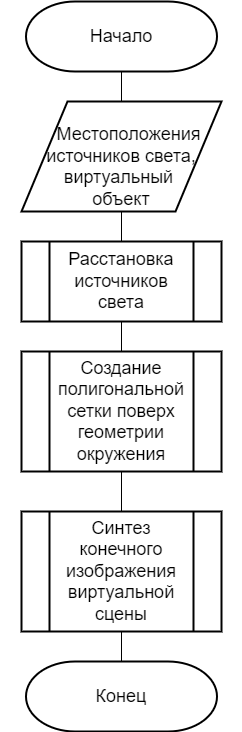
This is docs/diploma/presentation/imgs/ShadowDrawing.drawio.png from Yokud/bmstu_bachelors_diploma, a draw.io export, as it was before one commit. Source tidied: cells renumbered, new cells last; positions are measured from the earlier drawing's top-left corner, leaving out a move shared by most shapes.
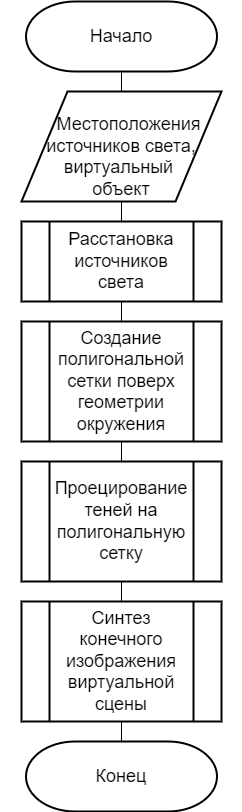
The same file after the commit.

Change to the diagram source:
```diff
@@ -9,31 +9,37 @@
       <mxGeometry width="240" height="70" as="geometry" />
     </mxCell>
     <mxCell id="4" value="Конец" style="strokeWidth=2;html=1;shape=(stored shape, 464 characters);whiteSpace=wrap;fontSize=18;" parent="1" vertex="1">
-      <mxGeometry y="660" width="240" height="70" as="geometry" />
+      <mxGeometry y="740" width="240" height="70" as="geometry" />
     </mxCell>
     <mxCell id="5" style="edgeStyle=orthogonalEdgeStyle;rounded=0;jettySize=auto;html=1;exitX=0.5;exitY=1;exitDx=0;exitDy=0;entryX=0.5;entryY=0;entryDx=0;entryDy=0;endArrow=none;endFill=0;" parent="1" edge="1" source="6" target="8">
       <mxGeometry relative="1" as="geometry" />
     </mxCell>
     <mxCell id="6" value="&amp;nbsp; &amp;nbsp;&lt;br&gt;&amp;nbsp; &amp;nbsp;Местоположения источников света, &lt;br&gt;виртуальный&amp;nbsp;&lt;br style=&quot;font-size: 18px;&quot;&gt;объект" style="shape=parallelogram;html=1;strokeWidth=2;perimeter=parallelogramPerimeter;whiteSpace=wrap;rounded=0;arcSize=12;size=0.23;fontSize=18;" parent="1" vertex="1">
-      <mxGeometry x="20" y="100" width="200" height="110" as="geometry" />
+      <mxGeometry x="20" y="90" width="200" height="110" as="geometry" />
     </mxCell>
     <mxCell id="7" style="edgeStyle=orthogonalEdgeStyle;rounded=0;jettySize=auto;html=1;exitX=0.5;exitY=1;exitDx=0;exitDy=0;entryX=0.5;entryY=0;entryDx=0;entryDy=0;endArrow=none;endFill=0;" parent="1" edge="1" source="8" target="12">
       <mxGeometry relative="1" as="geometry" />
     </mxCell>
     <mxCell id="8" value="Расстановка источников света" style="verticalLabelPosition=middle;verticalAlign=middle;html=1;shape=process;whiteSpace=wrap;rounded=0;size=0.14;arcSize=6;strokeWidth=2;labelPosition=center;align=center;fontSize=18;" parent="1" vertex="1">
-      <mxGeometry x="20" y="240" width="200" height="80" as="geometry" />
+      <mxGeometry x="20" y="220" width="200" height="80" as="geometry" />
     </mxCell>
     <mxCell id="9" style="edgeStyle=orthogonalEdgeStyle;rounded=0;jettySize=auto;html=1;exitX=0.5;exitY=1;exitDx=0;exitDy=0;entryX=0.5;entryY=0;entryDx=0;entryDy=0;entryPerimeter=0;endArrow=none;endFill=0;" parent="1" edge="1" source="10" target="4">
       <mxGeometry relative="1" as="geometry" />
     </mxCell>
     <mxCell id="10" value="Синтез конечного изображения виртуальной сцены" style="verticalLabelPosition=middle;verticalAlign=middle;html=1;shape=process;whiteSpace=wrap;rounded=0;size=0.14;arcSize=6;strokeWidth=2;labelPosition=center;align=center;fontSize=18;" parent="1" vertex="1">
-      <mxGeometry x="20" y="510" width="200" height="120" as="geometry" />
+      <mxGeometry x="20" y="600" width="200" height="120" as="geometry" />
     </mxCell>
-    <mxCell id="11" style="edgeStyle=orthogonalEdgeStyle;rounded=0;jettySize=auto;html=1;exitX=0.5;exitY=1;exitDx=0;exitDy=0;entryX=0.5;entryY=0;entryDx=0;entryDy=0;endArrow=none;endFill=0;" parent="1" edge="1" source="12" target="10">
-      <mxGeometry relative="1" as="geometry" />
-    </mxCell>
+    <mxCell id="13" style="edgeStyle=orthogonalEdgeStyle;rounded=0;jettySize=auto;html=1;exitX=0.5;exitY=1;exitDx=0;exitDy=0;entryX=0.5;entryY=0;entryDx=0;entryDy=0;endArrow=none;endFill=0;" parent="1" edge="1" source="12" target="15">
+      <mxGeometry relative="1" as="geometry" />
+    </mxCell>
     <mxCell id="12" value="Создание полигональной сетки поверх геометрии окружения" style="verticalLabelPosition=middle;verticalAlign=middle;html=1;shape=process;whiteSpace=wrap;rounded=0;size=0.14;arcSize=6;strokeWidth=2;labelPosition=center;align=center;fontSize=18;" parent="1" vertex="1">
-      <mxGeometry x="20" y="350" width="200" height="120" as="geometry" />
+      <mxGeometry x="20" y="320" width="200" height="120" as="geometry" />
     </mxCell>
+    <mxCell id="14" style="edgeStyle=orthogonalEdgeStyle;rounded=0;jettySize=auto;html=1;exitX=0.5;exitY=1;exitDx=0;exitDy=0;entryX=0.5;entryY=0;entryDx=0;entryDy=0;endArrow=none;endFill=0;" parent="1" edge="1" source="15" target="10">
+      <mxGeometry relative="1" as="geometry" />
+    </mxCell>
+    <mxCell id="15" value="Проецирование теней на полигональную сетку" style="verticalLabelPosition=middle;verticalAlign=middle;html=1;shape=process;whiteSpace=wrap;rounded=0;size=0.14;arcSize=6;strokeWidth=2;labelPosition=center;align=center;fontSize=18;" parent="1" vertex="1">
+      <mxGeometry x="20" y="460" width="200" height="120" as="geometry" />
+    </mxCell>
   </root>
 </mxGraphModel>
```
